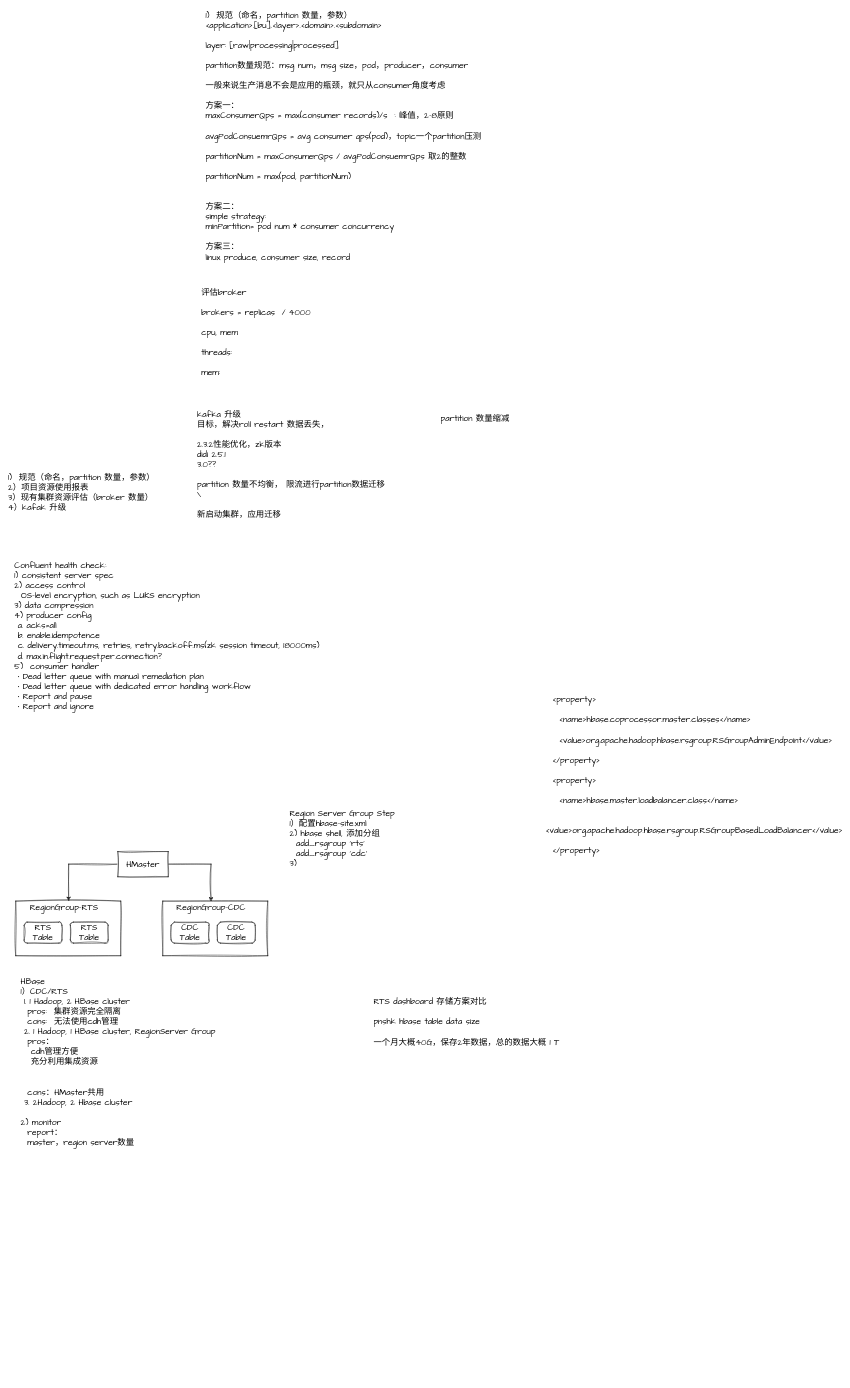
The draw.io diagram kafka.drawio in qiufang1314/drawio, before the edit. Source tidied: cells renumbered, new cells numbered last; positions are measured from the earlier drawing's top-left corner, leaving out a move shared by most shapes. Both pictures are drawn from the tidied source at 42%, with x=0, y=0 at pixel (7, 7).
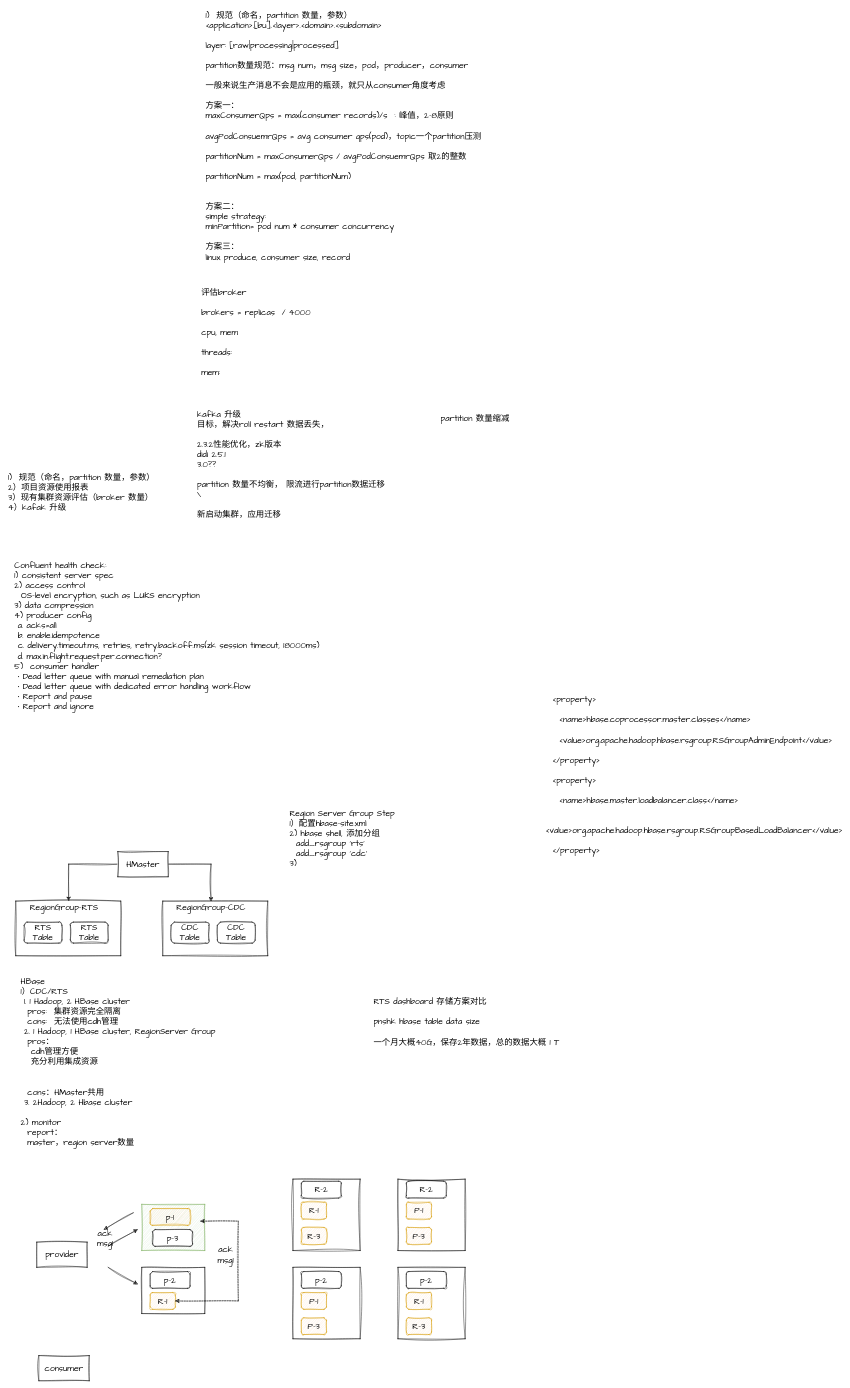
Above is the later version.

Diff of the diagram source:
```diff
@@
+    <mxCell id="23" value="provider" style="rounded=0;whiteSpace=wrap;html=1;sketch=1;hachureGap=4;jiggle=2;curveFitting=1;fontFamily=Architects Daughter;fontSize=20;" parent="1" vertex="1">
+      <mxGeometry x="70" y="2940" width="120" height="60" as="geometry" />
+    </mxCell>
+    <mxCell id="24" value="consumer" style="rounded=0;whiteSpace=wrap;html=1;sketch=1;hachureGap=4;jiggle=2;curveFitting=1;fontFamily=Architects Daughter;fontSize=20;" parent="1" vertex="1">
+      <mxGeometry x="75" y="3210" width="120" height="60" as="geometry" />
+    </mxCell>
+    <mxCell id="25" style="rounded=0;whiteSpace=wrap;html=1;sketch=1;hachureGap=4;jiggle=2;curveFitting=1;fontFamily=Architects Daughter;fontSize=20;fillColor=#d5e8d4;strokeColor=#82b366;" parent="1" vertex="1">
+      <mxGeometry x="320" y="2850" width="150" height="110" as="geometry" />
+    </mxCell>
+    <mxCell id="26" value="p-3" style="rounded=1;whiteSpace=wrap;html=1;sketch=1;hachureGap=4;jiggle=2;curveFitting=1;fontFamily=Architects Daughter;fontSize=20;" parent="1" vertex="1">
+      <mxGeometry x="346" y="2910" width="95" height="40" as="geometry" />
+    </mxCell>
+    <mxCell id="27" value="p-1" style="rounded=1;whiteSpace=wrap;html=1;sketch=1;hachureGap=4;jiggle=2;curveFitting=1;fontFamily=Architects Daughter;fontSize=20;fillColor=#ffe6cc;strokeColor=#d79b00;" parent="1" vertex="1">
+      <mxGeometry x="340" y="2860" width="95" height="40" as="geometry" />
+    </mxCell>
+    <mxCell id="28" style="rounded=0;whiteSpace=wrap;html=1;sketch=1;hachureGap=4;jiggle=2;curveFitting=1;fontFamily=Architects Daughter;fontSize=20;" parent="1" vertex="1">
+      <mxGeometry x="320" y="3000" width="150" height="110" as="geometry" />
+    </mxCell>
+    <mxCell id="29" value="p-2" style="rounded=1;whiteSpace=wrap;html=1;sketch=1;hachureGap=4;jiggle=2;curveFitting=1;fontFamily=Architects Daughter;fontSize=20;" parent="1" vertex="1">
+      <mxGeometry x="340" y="3010" width="95" height="40" as="geometry" />
+    </mxCell>
+    <mxCell id="30" style="endArrow=classic;html=1;rounded=0;sketch=1;hachureGap=4;jiggle=2;curveFitting=1;fontFamily=Architects Daughter;fontSize=16;" parent="1" edge="1">
+      <mxGeometry relative="1" as="geometry">
+        <mxPoint x="240" y="2950" as="sourcePoint" />
+        <mxPoint x="310" y="2910" as="targetPoint" />
+      </mxGeometry>
+    </mxCell>
+    <mxCell id="31" style="endArrow=classic;html=1;rounded=0;sketch=1;hachureGap=4;jiggle=2;curveFitting=1;fontFamily=Architects Daughter;fontSize=16;" parent="1" edge="1">
+      <mxGeometry relative="1" as="geometry">
+        <mxPoint x="240" y="3000" as="sourcePoint" />
+        <mxPoint x="310" y="3040" as="targetPoint" />
+      </mxGeometry>
+    </mxCell>
+    <mxCell id="32" value="R-1" style="rounded=1;whiteSpace=wrap;html=1;sketch=1;hachureGap=4;jiggle=2;curveFitting=1;fontFamily=Architects Daughter;fontSize=20;fillColor=#ffe6cc;strokeColor=#d79b00;" parent="1" vertex="1">
+      <mxGeometry x="340" y="3060" width="60" height="40" as="geometry" />
+    </mxCell>
+    <mxCell id="33" style="endArrow=classic;html=1;rounded=0;sketch=1;hachureGap=4;jiggle=2;curveFitting=1;fontFamily=Architects Daughter;fontSize=16;" parent="1" edge="1">
+      <mxGeometry relative="1" as="geometry">
+        <mxPoint x="300" y="2870" as="sourcePoint" />
+        <mxPoint x="230" y="2910" as="targetPoint" />
+      </mxGeometry>
+    </mxCell>
+    <mxCell id="34" value="ack&lt;br&gt;msg1" style="text;html=1;strokeColor=none;fillColor=none;align=center;verticalAlign=middle;whiteSpace=wrap;rounded=0;fontSize=20;fontFamily=Architects Daughter;" parent="1" vertex="1">
+      <mxGeometry x="203" y="2915" width="60" height="30" as="geometry" />
+    </mxCell>
+    <mxCell id="35" style="endArrow=classic;startArrow=classic;html=1;rounded=0;sketch=1;hachureGap=4;jiggle=2;curveFitting=1;fontFamily=Architects Daughter;fontSize=16;entryX=1;entryY=0.5;entryDx=0;entryDy=0;dashed=1;" parent="1" edge="1" target="32">
+      <mxGeometry relative="1" as="geometry">
+        <mxPoint x="460" y="2890" as="sourcePoint" />
+        <Array as="points">
+          <mxPoint x="550" y="2890" />
+          <mxPoint x="550" y="3080" />
+        </Array>
+      </mxGeometry>
+    </mxCell>
+    <mxCell id="36" value="ack msg1" style="text;html=1;strokeColor=none;fillColor=none;align=center;verticalAlign=middle;whiteSpace=wrap;rounded=0;fontSize=20;fontFamily=Architects Daughter;" parent="1" vertex="1">
+      <mxGeometry x="490" y="2955" width="60" height="30" as="geometry" />
+    </mxCell>
+    <mxCell id="37" style="rounded=0;whiteSpace=wrap;html=1;sketch=1;hachureGap=4;jiggle=2;curveFitting=1;fontFamily=Architects Daughter;fontSize=20;" parent="1" vertex="1">
+      <mxGeometry x="680" y="2790" width="160" height="170" as="geometry" />
+    </mxCell>
+    <mxCell id="38" style="rounded=0;whiteSpace=wrap;html=1;sketch=1;hachureGap=4;jiggle=2;curveFitting=1;fontFamily=Architects Daughter;fontSize=20;" parent="1" vertex="1">
+      <mxGeometry x="680" y="3000" width="160" height="170" as="geometry" />
+    </mxCell>
+    <mxCell id="39" value="p-2" style="rounded=1;whiteSpace=wrap;html=1;sketch=1;hachureGap=4;jiggle=2;curveFitting=1;fontFamily=Architects Daughter;fontSize=20;" parent="1" vertex="1">
+      <mxGeometry x="700" y="3010" width="95" height="40" as="geometry" />
+    </mxCell>
+    <mxCell id="40" value="P-1" style="rounded=1;whiteSpace=wrap;html=1;sketch=1;hachureGap=4;jiggle=2;curveFitting=1;fontFamily=Architects Daughter;fontSize=20;fillColor=#ffe6cc;strokeColor=#d79b00;" parent="1" vertex="1">
+      <mxGeometry x="700" y="3060" width="60" height="40" as="geometry" />
+    </mxCell>
+    <mxCell id="41" value="P-3" style="rounded=1;whiteSpace=wrap;html=1;sketch=1;hachureGap=4;jiggle=2;curveFitting=1;fontFamily=Architects Daughter;fontSize=20;fillColor=#ffe6cc;strokeColor=#d79b00;" parent="1" vertex="1">
+      <mxGeometry x="700" y="3120" width="60" height="40" as="geometry" />
+    </mxCell>
+    <mxCell id="42" value="R-2" style="rounded=1;whiteSpace=wrap;html=1;sketch=1;hachureGap=4;jiggle=2;curveFitting=1;fontFamily=Architects Daughter;fontSize=20;" parent="1" vertex="1">
+      <mxGeometry x="700" y="2795" width="95" height="40" as="geometry" />
+    </mxCell>
+    <mxCell id="43" value="R-1" style="rounded=1;whiteSpace=wrap;html=1;sketch=1;hachureGap=4;jiggle=2;curveFitting=1;fontFamily=Architects Daughter;fontSize=20;fillColor=#ffe6cc;strokeColor=#d79b00;" parent="1" vertex="1">
+      <mxGeometry x="700" y="2845" width="60" height="40" as="geometry" />
+    </mxCell>
+    <mxCell id="44" value="R-3" style="rounded=1;whiteSpace=wrap;html=1;sketch=1;hachureGap=4;jiggle=2;curveFitting=1;fontFamily=Architects Daughter;fontSize=20;fillColor=#ffe6cc;strokeColor=#d79b00;" parent="1" vertex="1">
+      <mxGeometry x="700" y="2905" width="60" height="40" as="geometry" />
+    </mxCell>
+    <mxCell id="45" style="rounded=0;whiteSpace=wrap;html=1;sketch=1;hachureGap=4;jiggle=2;curveFitting=1;fontFamily=Architects Daughter;fontSize=20;" parent="1" vertex="1">
+      <mxGeometry x="930" y="2790" width="160" height="170" as="geometry" />
+    </mxCell>
+    <mxCell id="46" style="rounded=0;whiteSpace=wrap;html=1;sketch=1;hachureGap=4;jiggle=2;curveFitting=1;fontFamily=Architects Daughter;fontSize=20;" parent="1" vertex="1">
+      <mxGeometry x="930" y="3000" width="160" height="170" as="geometry" />
+    </mxCell>
+    <mxCell id="47" value="p-2" style="rounded=1;whiteSpace=wrap;html=1;sketch=1;hachureGap=4;jiggle=2;curveFitting=1;fontFamily=Architects Daughter;fontSize=20;" parent="1" vertex="1">
+      <mxGeometry x="950" y="3010" width="95" height="40" as="geometry" />
+    </mxCell>
+    <mxCell id="48" value="R-1" style="rounded=1;whiteSpace=wrap;html=1;sketch=1;hachureGap=4;jiggle=2;curveFitting=1;fontFamily=Architects Daughter;fontSize=20;fillColor=#ffe6cc;strokeColor=#d79b00;" parent="1" vertex="1">
+      <mxGeometry x="950" y="3060" width="60" height="40" as="geometry" />
+    </mxCell>
+    <mxCell id="49" value="R-3" style="rounded=1;whiteSpace=wrap;html=1;sketch=1;hachureGap=4;jiggle=2;curveFitting=1;fontFamily=Architects Daughter;fontSize=20;fillColor=#ffe6cc;strokeColor=#d79b00;" parent="1" vertex="1">
+      <mxGeometry x="950" y="3120" width="60" height="40" as="geometry" />
+    </mxCell>
+    <mxCell id="50" value="R-2" style="rounded=1;whiteSpace=wrap;html=1;sketch=1;hachureGap=4;jiggle=2;curveFitting=1;fontFamily=Architects Daughter;fontSize=20;" parent="1" vertex="1">
+      <mxGeometry x="950" y="2795" width="95" height="40" as="geometry" />
+    </mxCell>
+    <mxCell id="51" value="P-1" style="rounded=1;whiteSpace=wrap;html=1;sketch=1;hachureGap=4;jiggle=2;curveFitting=1;fontFamily=Architects Daughter;fontSize=20;fillColor=#ffe6cc;strokeColor=#d79b00;" parent="1" vertex="1">
+      <mxGeometry x="950" y="2845" width="60" height="40" as="geometry" />
+    </mxCell>
+    <mxCell id="52" value="P-3" style="rounded=1;whiteSpace=wrap;html=1;sketch=1;hachureGap=4;jiggle=2;curveFitting=1;fontFamily=Architects Daughter;fontSize=20;fillColor=#ffe6cc;strokeColor=#d79b00;" parent="1" vertex="1">
+      <mxGeometry x="950" y="2905" width="60" height="40" as="geometry" />
+    </mxCell>
```
